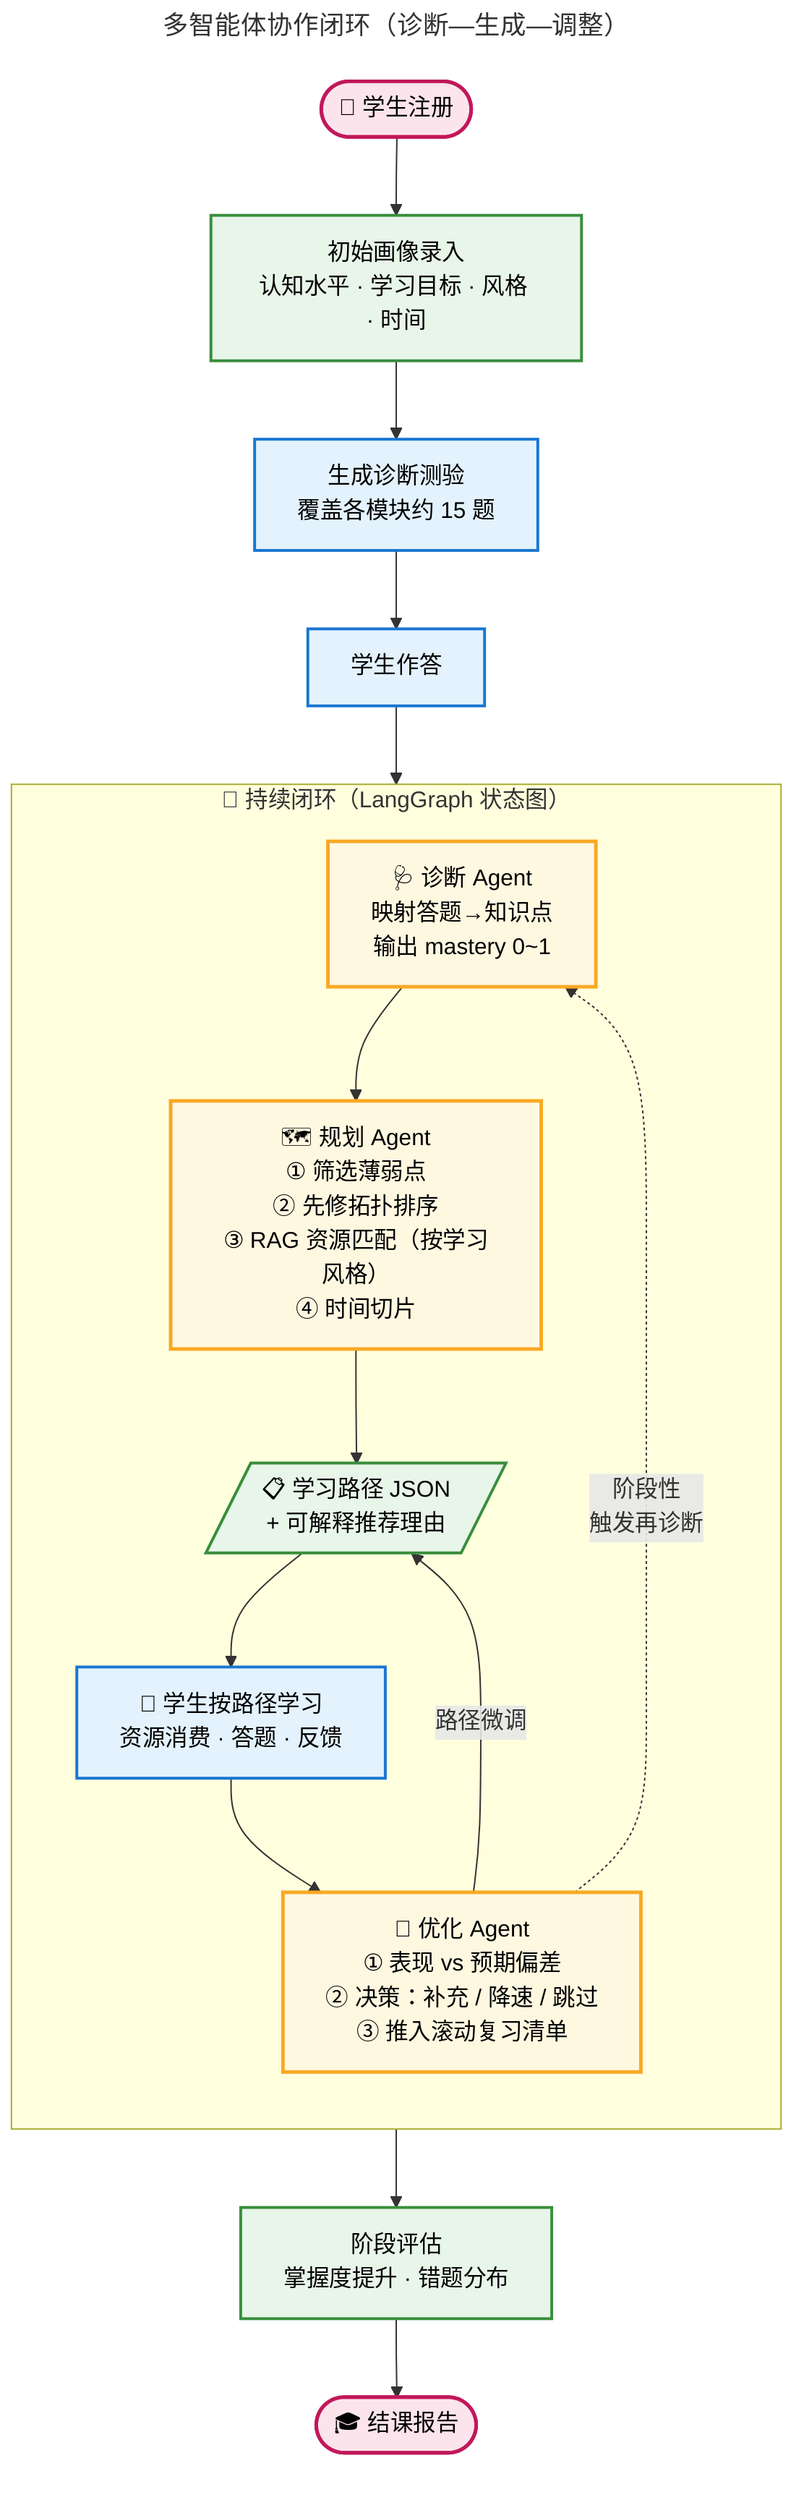
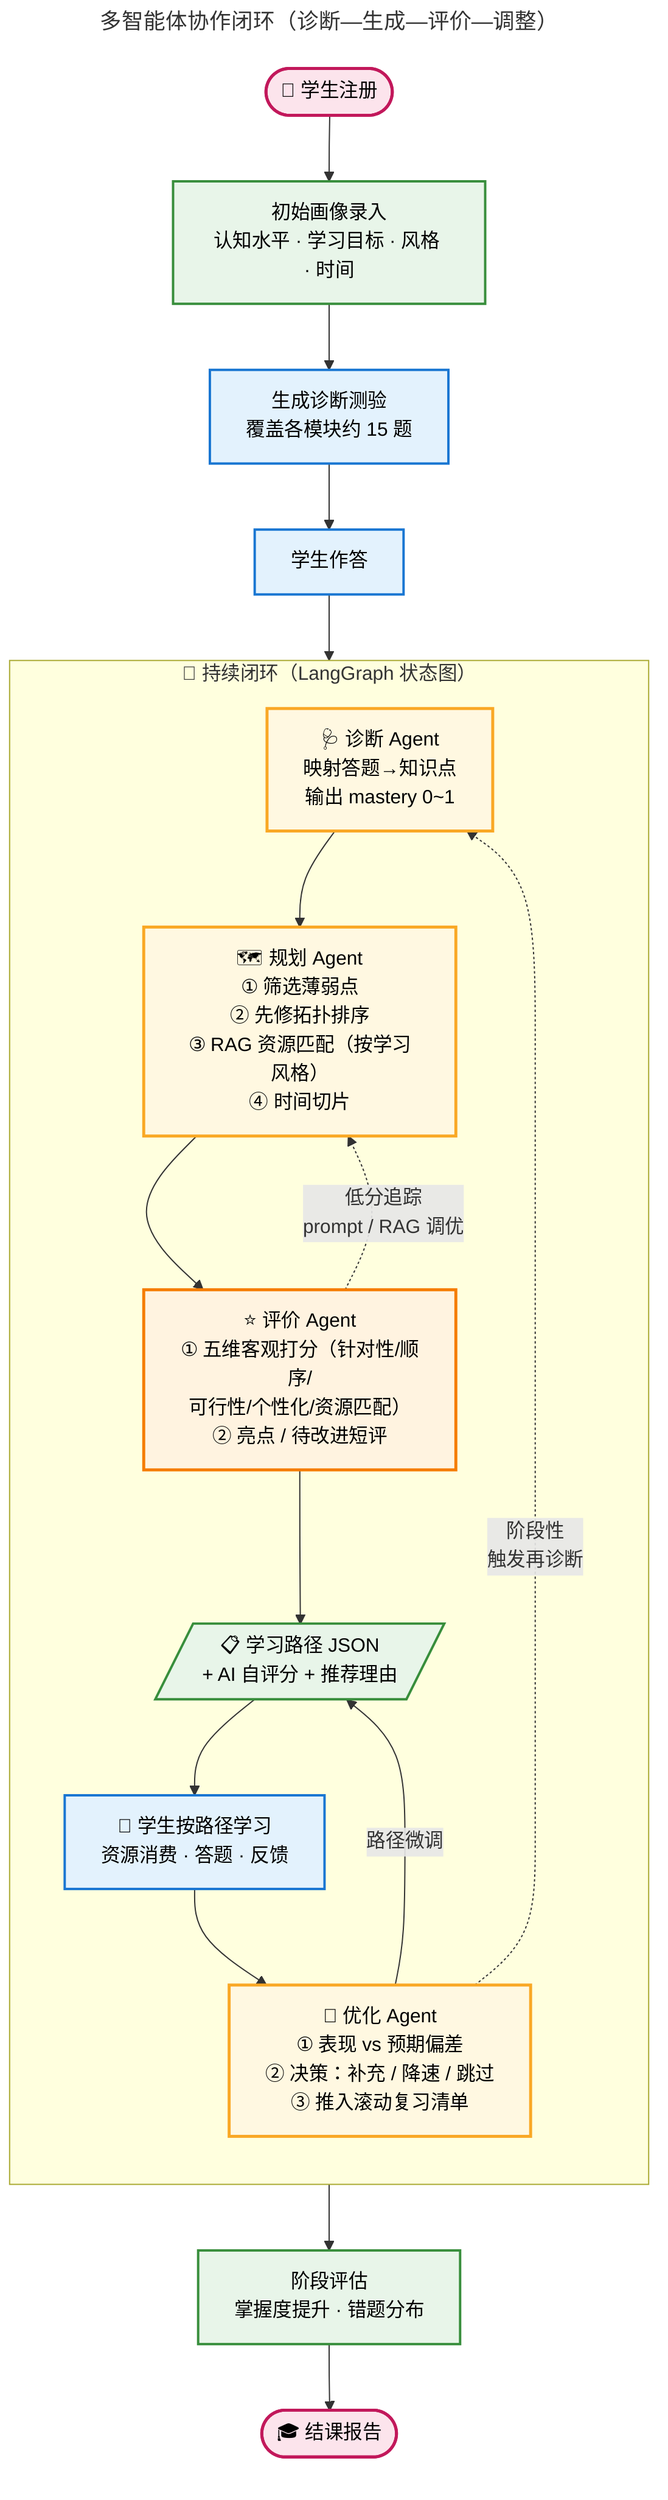
---
- title: 多智能体协作闭环（诊断—生成—调整）
+ title: 多智能体协作闭环（诊断—生成—评价—调整）
---
%%{init: {'flowchart': {'curve': 'basis', 'nodeSpacing': 50, 'rankSpacing': 55}}}%%
flowchart TD

    Start([🚀 学生注册]) --> P[初始画像录入<br/>认知水平 · 学习目标 · 风格 · 时间]
    P --> Quiz[生成诊断测验<br/>覆盖各模块约 15 题]
    Quiz --> Answer[学生作答]
    Answer --> Diag

    subgraph Loop["🔁 持续闭环（LangGraph 状态图）"]
        direction TB
        Diag["🩺 诊断 Agent<br/>映射答题→知识点<br/>输出 mastery 0~1"]
        Plan["🗺️ 规划 Agent<br/>① 筛选薄弱点<br/>② 先修拓扑排序<br/>③ RAG 资源匹配（按学习风格）<br/>④ 时间切片"]
-         Path[/"📋 学习路径 JSON<br/>+ 可解释推荐理由"/]
+         Eval["⭐ 评价 Agent<br/>① 五维客观打分（针对性/顺序/<br/>可行性/个性化/资源匹配）<br/>② 亮点 / 待改进短评"]
+         Path[/"📋 学习路径 JSON<br/>+ AI 自评分 + 推荐理由"/]
        Study["📖 学生按路径学习<br/>资源消费 · 答题 · 反馈"]
        Opt["🔧 优化 Agent<br/>① 表现 vs 预期偏差<br/>② 决策：补充 / 降速 / 跳过<br/>③ 推入滚动复习清单"]

-         Diag --> Plan --> Path --> Study --> Opt
+         Diag --> Plan --> Eval --> Path --> Study --> Opt
        Opt -->|路径微调| Path
        Opt -.->|阶段性<br/>触发再诊断| Diag
+         Eval -.->|低分追踪<br/>prompt / RAG 调优| Plan
    end

-     Study --> Eval[阶段评估<br/>掌握度提升 · 错题分布]
-     Eval --> End([🎓 结课报告])
+     Study --> StageEval[阶段评估<br/>掌握度提升 · 错题分布]
+     StageEval --> End([🎓 结课报告])

    classDef start fill:#fce4ec,stroke:#c2185b,stroke-width:2.5px,color:#000;
    classDef agent fill:#fff8e1,stroke:#f9a825,stroke-width:2.5px,color:#000;
+     classDef evalCls fill:#fff3e0,stroke:#f57c00,stroke-width:2.5px,color:#000;
    classDef data fill:#e8f5e9,stroke:#388e3c,stroke-width:2px,color:#000;
    classDef student fill:#e3f2fd,stroke:#1976d2,stroke-width:2px,color:#000;

    class Start,End start;
    class Diag,Plan,Opt agent;
-     class P,Path,Eval data;
+     class Eval evalCls;
+     class P,Path,StageEval data;
    class Quiz,Answer,Study student;
